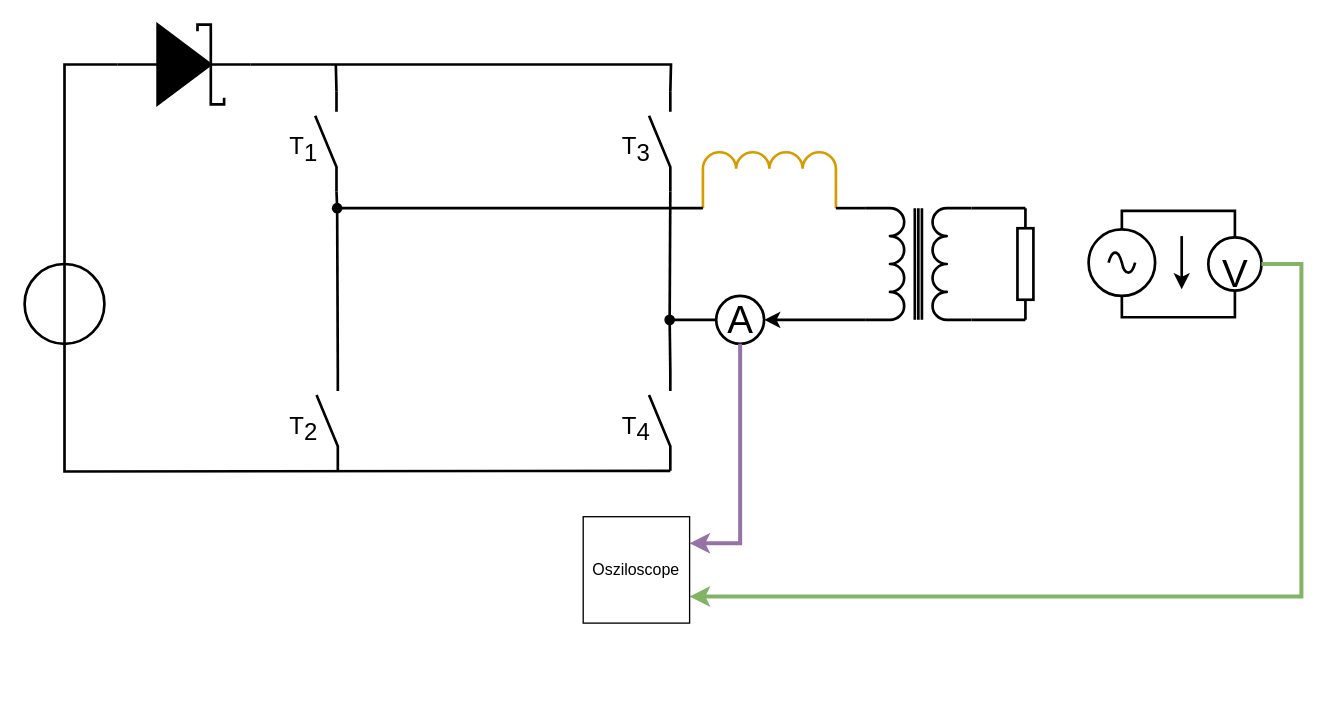
Before: Testaufbau_FS.drawio in Lostqw1/Funfun, a draw.io diagram. Source tidied: cells renumbered, new cells numbered last; positions are measured from the earlier drawing's top-left corner, leaving out a move shared by most shapes. Both pictures are drawn from the tidied source at 133%, with x=0, y=0 at pixel (24, 24).
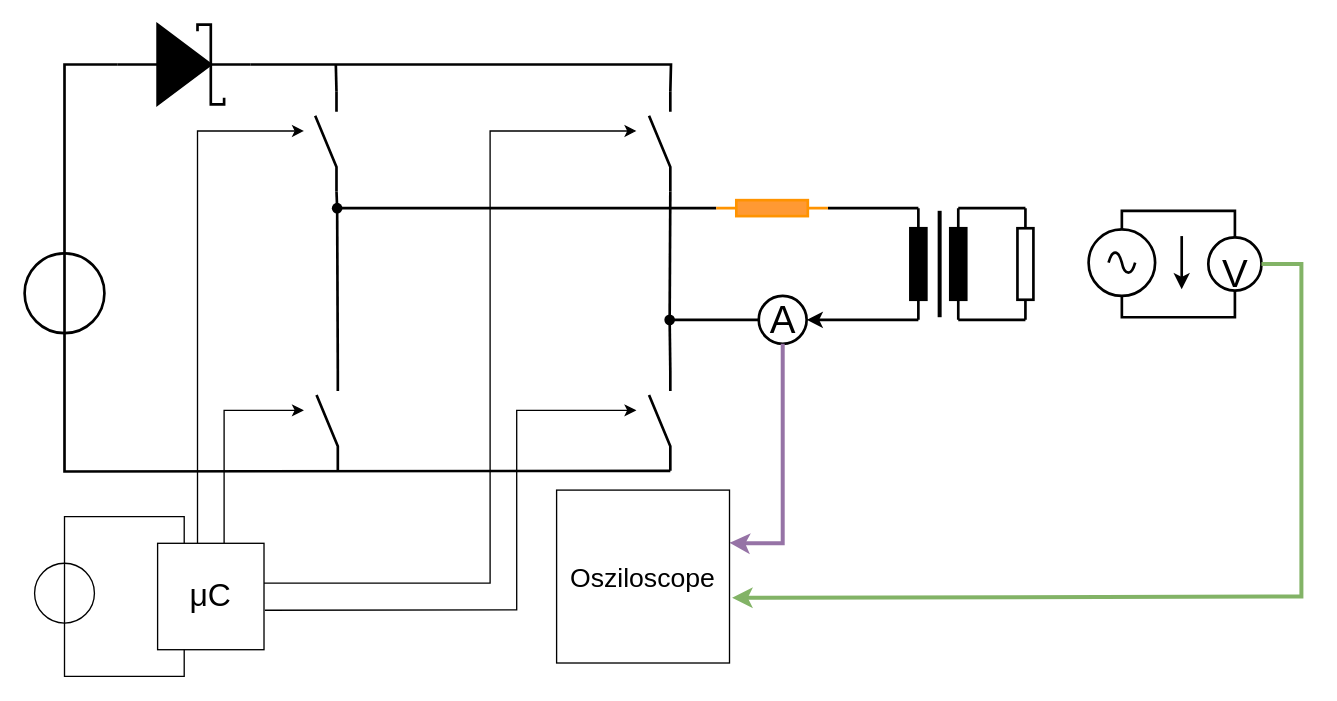
Above is the later version.

The change refers to these unchanged cells:
```xml
<mxCell id="13" value="&lt;font style=&quot;font-size: 29px;&quot;&gt;V&lt;/font&gt;" style="verticalLabelPosition=middle;shadow=0;dashed=0;align=center;html=1;verticalAlign=middle;strokeWidth=2;shape=ellipse;fontSize=50;" parent="1" vertex="1">
  <mxGeometry x="890" y="160" width="40" height="40" as="geometry" />
</mxCell>
<mxCell id="18" style="shape=waypoint;sketch=0;fillStyle=solid;size=6;points=[];fillColor=none;perimeter=centerPerimeter;snapToPoint=1;strokeWidth=2;" parent="1" vertex="1">
  <mxGeometry x="225" y="128" width="20" height="20" as="geometry" />
</mxCell>
<mxCell id="33" style="verticalLabelPosition=bottom;shadow=0;dashed=0;align=center;html=1;verticalAlign=top;shape=mxgraph.electrical.resistors.resistor_1;rotation=90;strokeWidth=2;" parent="1" vertex="1">
  <mxGeometry x="710.5" y="174" width="84" height="12" as="geometry" />
</mxCell>
```

What changed in the source:
```diff
@@
-    <mxCell id="2" style="verticalLabelPosition=bottom;shadow=0;dashed=0;align=center;html=1;verticalAlign=top;shape=mxgraph.electrical.inductors.transformer_1;rotation=90;strokeWidth=2;" parent="1" vertex="1">
-      <mxGeometry x="630" y="140" width="84" height="80" as="geometry" />
-    </mxCell>
-    <mxCell id="3" style="endArrow=none;html=1;rounded=0;entryX=0;entryY=0.5;entryDx=0;entryDy=0;entryPerimeter=0;exitX=0;exitY=0;exitDx=0;exitDy=0;exitPerimeter=0;strokeWidth=2;" parent="1" edge="1" source="2" target="33">
+    <mxCell id="3" style="endArrow=none;html=1;rounded=0;entryX=0;entryY=0.5;entryDx=0;entryDy=0;entryPerimeter=0;exitX=0;exitY=0.5;exitDx=0;exitDy=0;exitPerimeter=0;strokeWidth=2;" parent="1" edge="1" source="40" target="33">
       <mxGeometry relative="1" as="geometry" />
     </mxCell>
@@
-    <mxCell id="9" value="&lt;font style=&quot;font-size: 18px;&quot;&gt;&lt;font style=&quot;font-size: 18px;&quot;&gt;T&lt;/font&gt;&lt;sub&gt;&lt;font style=&quot;font-size: 18px;&quot;&gt;1&lt;/font&gt;&lt;/sub&gt;&lt;/font&gt;" style="text;html=1;strokeColor=none;fillColor=none;align=center;verticalAlign=middle;whiteSpace=wrap;rounded=0;strokeWidth=2;" parent="1" vertex="1">
-      <mxGeometry x="180" y="80" width="60" height="30" as="geometry" />
-    </mxCell>
-    <mxCell id="10" value="&lt;font style=&quot;font-size: 18px;&quot;&gt;&lt;font style=&quot;font-size: 18px;&quot;&gt;T&lt;/font&gt;&lt;sub&gt;&lt;font style=&quot;font-size: 18px;&quot;&gt;3&lt;/font&gt;&lt;/sub&gt;&lt;/font&gt;" style="text;html=1;strokeColor=none;fillColor=none;align=center;verticalAlign=middle;whiteSpace=wrap;rounded=0;strokeWidth=2;" parent="1" vertex="1">
-      <mxGeometry x="430" y="80" width="60" height="30" as="geometry" />
-    </mxCell>
-    <mxCell id="11" value="&lt;font style=&quot;font-size: 18px;&quot;&gt;&lt;font style=&quot;font-size: 18px;&quot;&gt;T&lt;/font&gt;&lt;sub&gt;&lt;font style=&quot;font-size: 18px;&quot;&gt;4&lt;/font&gt;&lt;/sub&gt;&lt;/font&gt;" style="text;html=1;strokeColor=none;fillColor=none;align=center;verticalAlign=middle;whiteSpace=wrap;rounded=0;strokeWidth=2;" parent="1" vertex="1">
-      <mxGeometry x="430" y="290" width="60" height="30" as="geometry" />
-    </mxCell>
-    <mxCell id="12" value="&lt;font style=&quot;font-size: 18px;&quot;&gt;&lt;font style=&quot;font-size: 18px;&quot;&gt;T&lt;/font&gt;&lt;sub&gt;&lt;font style=&quot;font-size: 18px;&quot;&gt;2&lt;/font&gt;&lt;/sub&gt;&lt;/font&gt;" style="text;html=1;strokeColor=none;fillColor=none;align=center;verticalAlign=middle;whiteSpace=wrap;rounded=0;strokeWidth=2;" parent="1" vertex="1">
-      <mxGeometry x="180" y="290" width="60" height="30" as="geometry" />
-    </mxCell>
@@
     <mxCell id="14" value="A" style="verticalLabelPosition=middle;shadow=0;dashed=0;align=center;html=1;verticalAlign=middle;strokeWidth=2;shape=ellipse;fontSize=29;" parent="1" vertex="1">
-      <mxGeometry x="520" y="204" width="36" height="36" as="geometry" />
+      <mxGeometry x="552" y="204" width="36" height="36" as="geometry" />
     </mxCell>
-    <mxCell id="15" style="endArrow=classic;html=1;rounded=0;entryX=1;entryY=0.5;entryDx=0;entryDy=0;exitX=1;exitY=1;exitDx=0;exitDy=0;exitPerimeter=0;strokeWidth=2;" parent="1" edge="1" source="2" target="14">
+    <mxCell id="15" style="endArrow=classic;html=1;rounded=0;entryX=1;entryY=0.5;entryDx=0;entryDy=0;exitX=1;exitY=0.5;exitDx=0;exitDy=0;exitPerimeter=0;strokeWidth=2;" parent="1" edge="1" source="42" target="14">
       <mxGeometry relative="1" as="geometry" />
     </mxCell>
-    <mxCell id="16" style="verticalLabelPosition=bottom;shadow=0;dashed=0;align=center;html=1;verticalAlign=top;shape=mxgraph.electrical.inductors.inductor;fillColor=#ffe6cc;strokeColor=#d79b00;strokeWidth=2;" parent="1" vertex="1">
-      <mxGeometry x="510" y="96" width="100" height="42" as="geometry" />
-    </mxCell>
-    <mxCell id="17" style="endArrow=none;html=1;rounded=0;entryX=1;entryY=1;entryDx=0;entryDy=0;entryPerimeter=0;exitX=0;exitY=1;exitDx=0;exitDy=0;exitPerimeter=0;strokeWidth=2;" parent="1" edge="1" source="2" target="16">
+    <mxCell id="17" style="endArrow=none;html=1;rounded=0;entryX=0;entryY=0.5;entryDx=0;entryDy=0;entryPerimeter=0;exitX=0;exitY=0.5;exitDx=0;exitDy=0;exitPerimeter=0;strokeWidth=2;" parent="1" edge="1" source="42" target="43">
       <mxGeometry relative="1" as="geometry" />
     </mxCell>
@@
-    <mxCell id="19" style="endArrow=none;html=1;rounded=0;entryX=0;entryY=1;entryDx=0;entryDy=0;entryPerimeter=0;exitX=0.4;exitY=0.75;exitDx=0;exitDy=0;exitPerimeter=0;strokeWidth=2;" parent="1" edge="1" source="18" target="16">
+    <mxCell id="19" style="endArrow=none;html=1;rounded=0;entryX=1;entryY=0.5;entryDx=0;entryDy=0;entryPerimeter=0;exitX=0.4;exitY=0.75;exitDx=0;exitDy=0;exitPerimeter=0;strokeWidth=2;" parent="1" edge="1" source="18" target="43">
       <mxGeometry relative="1" as="geometry" />
     </mxCell>
@@
-    <mxCell id="27" style="endArrow=classic;html=1;rounded=0;exitX=0.5;exitY=1;exitDx=0;exitDy=0;fillColor=#e1d5e7;strokeColor=#9673a6;strokeWidth=3;" parent="1" edge="1" source="14">
+    <mxCell id="27" style="endArrow=classic;html=1;rounded=0;exitX=0.5;exitY=1;exitDx=0;exitDy=0;fillColor=#e1d5e7;strokeColor=#9673a6;strokeWidth=3;entryX=1;entryY=0.305;entryDx=0;entryDy=0;entryPerimeter=0;" parent="1" edge="1" source="14" target="35">
       <mxGeometry relative="1" as="geometry">
-        <mxPoint x="500" y="390" as="targetPoint" />
         <Array as="points">
+          <mxPoint x="570" y="270" />
+          <mxPoint x="570" y="390" />
           <mxPoint x="538" y="390" />
         </Array>
       </mxGeometry>
     </mxCell>
-    <mxCell id="28" style="endArrow=classic;html=1;rounded=0;exitX=1;exitY=0.5;exitDx=0;exitDy=0;fillColor=#d5e8d4;strokeColor=#82b366;strokeWidth=3;" parent="1" edge="1" source="13">
+    <mxCell id="28" style="endArrow=classic;html=1;rounded=0;exitX=1;exitY=0.5;exitDx=0;exitDy=0;fillColor=#d5e8d4;strokeColor=#82b366;strokeWidth=3;entryX=1.015;entryY=0.623;entryDx=0;entryDy=0;entryPerimeter=0;" parent="1" edge="1" source="13" target="35">
       <mxGeometry relative="1" as="geometry">
-        <mxPoint x="500" y="430" as="targetPoint" />
         <Array as="points">
           <mxPoint x="960" y="180" />
           <mxPoint x="960" y="430" />
         </Array>
       </mxGeometry>
     </mxCell>
     <mxCell id="29" style="verticalLabelPosition=bottom;shadow=0;dashed=0;align=center;html=1;verticalAlign=top;shape=mxgraph.electrical.signal_sources.source;points=[[0.5,0,0],[1,0.5,0],[0.5,1,0],[0,0.5,0]];elSignalType=ideal;rotation=90;strokeWidth=2;" parent="1" vertex="1">
-      <mxGeometry y="180" width="60" height="60" as="geometry" />
+      <mxGeometry y="172" width="60" height="60" as="geometry" />
     </mxCell>
@@
-    <mxCell id="34" style="endArrow=none;html=1;rounded=0;entryX=1;entryY=0.5;entryDx=0;entryDy=0;entryPerimeter=0;exitX=1;exitY=0;exitDx=0;exitDy=0;exitPerimeter=0;strokeWidth=2;" parent="1" edge="1" source="2" target="33">
+    <mxCell id="34" style="endArrow=none;html=1;rounded=0;entryX=1;entryY=0.5;entryDx=0;entryDy=0;entryPerimeter=0;exitX=1;exitY=0.5;exitDx=0;exitDy=0;exitPerimeter=0;strokeWidth=2;" parent="1" edge="1" source="40" target="33">
       <mxGeometry relative="1" as="geometry" />
     </mxCell>
-    <mxCell id="35" value="Osziloscope" style="whiteSpace=wrap;html=1;" parent="1" vertex="1">
-      <mxGeometry x="420" y="370" width="80" height="80" as="geometry" />
+    <mxCell id="35" value="&lt;font style=&quot;font-size: 20px;&quot;&gt;Osziloscope&lt;/font&gt;" style="whiteSpace=wrap;html=1;" parent="1" vertex="1">
+      <mxGeometry x="400" y="350" width="130" height="130" as="geometry" />
     </mxCell>
@@
+    <mxCell id="40" style="verticalLabelPosition=bottom;shadow=0;dashed=0;align=center;html=1;verticalAlign=top;shape=mxgraph.electrical.resistors.resistor_1;rotation=90;strokeWidth=2;fillColor=#000000;" parent="1" vertex="1">
+      <mxGeometry x="660" y="174" width="84" height="12" as="geometry" />
+    </mxCell>
+    <mxCell id="41" style="endArrow=none;html=1;rounded=0;strokeWidth=3;" parent="1" edge="1">
+      <mxGeometry relative="1" as="geometry">
+        <mxPoint x="688" y="220" as="sourcePoint" />
+        <mxPoint x="688" y="140" as="targetPoint" />
+      </mxGeometry>
+    </mxCell>
+    <mxCell id="42" style="verticalLabelPosition=bottom;shadow=0;dashed=0;align=center;html=1;verticalAlign=top;shape=mxgraph.electrical.resistors.resistor_1;rotation=90;strokeWidth=2;fillColor=#000000;" parent="1" vertex="1">
+      <mxGeometry x="630" y="174" width="84" height="12" as="geometry" />
+    </mxCell>
+    <mxCell id="43" style="verticalLabelPosition=bottom;shadow=0;dashed=0;align=center;html=1;verticalAlign=top;shape=mxgraph.electrical.resistors.resistor_1;rotation=-180;strokeWidth=2;fillColor=#FF9933;strokeColor=#ff9300;" parent="1" vertex="1">
+      <mxGeometry x="520" y="132" width="84" height="12" as="geometry" />
+    </mxCell>
+    <mxCell id="44" style="endArrow=classic;html=1;rounded=0;entryX=0.5;entryY=0;entryDx=0;entryDy=0;" parent="1" edge="1">
+      <mxGeometry relative="1" as="geometry">
+        <mxPoint x="150" y="390" as="sourcePoint" />
+        <mxPoint x="210" y="290" as="targetPoint" />
+        <Array as="points">
+          <mxPoint x="150" y="290" />
+        </Array>
+      </mxGeometry>
+    </mxCell>
+    <mxCell id="45" style="endArrow=classic;html=1;rounded=0;entryX=0.5;entryY=0;entryDx=0;entryDy=0;exitX=1.008;exitY=0.629;exitDx=0;exitDy=0;exitPerimeter=0;" parent="1" edge="1" source="48">
+      <mxGeometry relative="1" as="geometry">
+        <mxPoint x="460" y="290" as="targetPoint" />
+        <Array as="points">
+          <mxPoint x="370" y="440" />
+          <mxPoint x="370" y="290" />
+        </Array>
+      </mxGeometry>
+    </mxCell>
+    <mxCell id="46" style="endArrow=classic;html=1;rounded=0;entryX=0.5;entryY=0;entryDx=0;entryDy=0;" parent="1" edge="1">
+      <mxGeometry relative="1" as="geometry">
+        <mxPoint x="180" y="420" as="sourcePoint" />
+        <mxPoint x="460" y="80" as="targetPoint" />
+        <Array as="points">
+          <mxPoint x="350" y="420" />
+          <mxPoint x="350" y="80" />
+        </Array>
+      </mxGeometry>
+    </mxCell>
+    <mxCell id="47" style="endArrow=classic;html=1;rounded=0;entryX=0.5;entryY=0;entryDx=0;entryDy=0;" parent="1" edge="1">
+      <mxGeometry relative="1" as="geometry">
+        <mxPoint x="130" y="390" as="sourcePoint" />
+        <mxPoint x="210" y="80" as="targetPoint" />
+        <Array as="points">
+          <mxPoint x="130" y="80" />
+        </Array>
+      </mxGeometry>
+    </mxCell>
+    <mxCell id="48" value="&lt;font style=&quot;font-size: 24px;&quot;&gt;μC&lt;/font&gt;" style="whiteSpace=wrap;html=1;" parent="1" vertex="1">
+      <mxGeometry x="100" y="390" width="80" height="80" as="geometry" />
+    </mxCell>
+    <mxCell id="49" style="verticalLabelPosition=bottom;shadow=0;dashed=0;align=center;html=1;verticalAlign=top;shape=mxgraph.electrical.signal_sources.source;points=[[0.5,0,0],[1,0.5,0],[0.5,1,0],[0,0.5,0]];elSignalType=ideal;rotation=90;strokeWidth=1;" parent="1" vertex="1">
+      <mxGeometry x="7.5" y="405" width="45" height="45" as="geometry" />
+    </mxCell>
+    <mxCell id="50" style="endArrow=none;html=1;rounded=0;entryX=0.25;entryY=0;entryDx=0;entryDy=0;exitX=0;exitY=0.5;exitDx=0;exitDy=0;exitPerimeter=0;" parent="1" edge="1" source="49" target="48">
+      <mxGeometry relative="1" as="geometry">
+        <Array as="points">
+          <mxPoint x="30" y="370" />
+          <mxPoint x="120" y="370" />
+        </Array>
+      </mxGeometry>
+    </mxCell>
+    <mxCell id="51" style="endArrow=none;html=1;rounded=0;entryX=0.25;entryY=1;entryDx=0;entryDy=0;exitX=1;exitY=0.5;exitDx=0;exitDy=0;exitPerimeter=0;" parent="1" edge="1" source="49" target="48">
+      <mxGeometry relative="1" as="geometry">
+        <Array as="points">
+          <mxPoint x="30" y="490" />
+          <mxPoint x="120" y="490" />
+        </Array>
+      </mxGeometry>
+    </mxCell>
```
